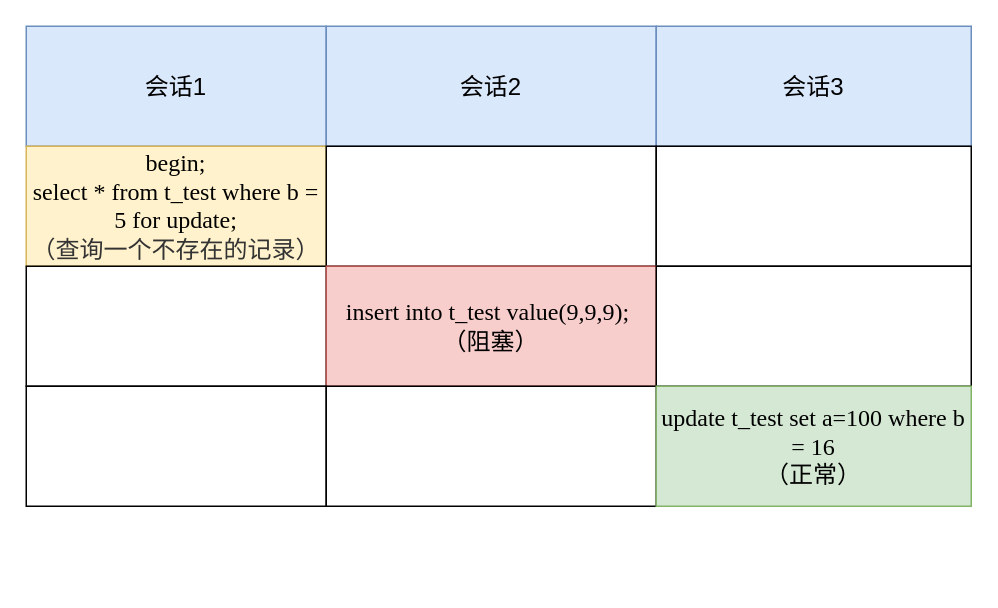
The draw.io diagram mysql/事务隔离/案例5.drawio in xiaolincoder/ImageHost4, before the edit. Source tidied: cells renumbered, new cells numbered last; positions are measured from the earlier drawing's top-left corner, leaving out a move shared by most shapes. Both pictures are drawn from the tidied source at 150%, with x=0, y=0 at pixel (26, 26).
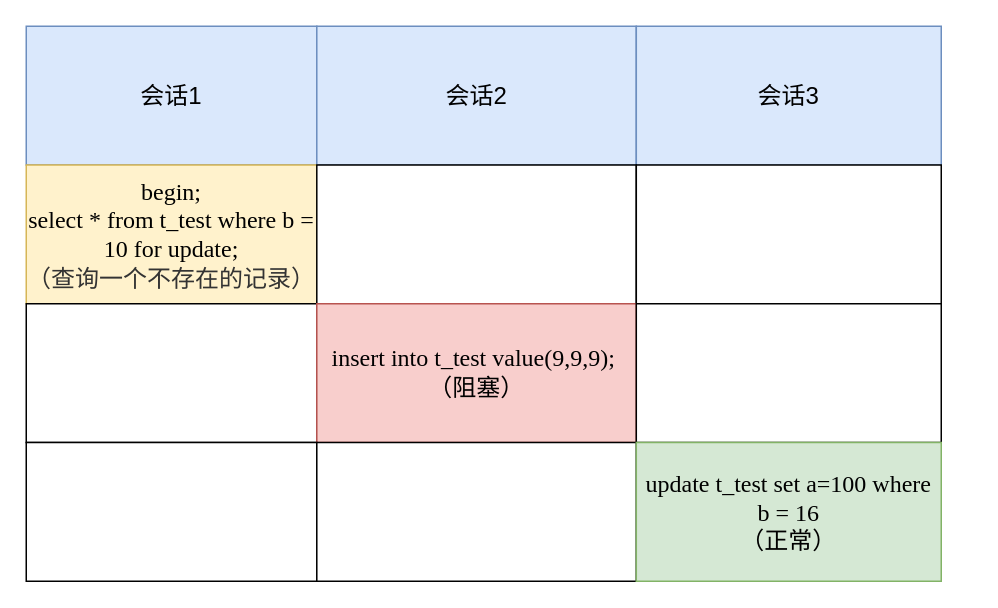
The same page after the edit.

What changed in the source:
```diff
@@
 <mxGraphModel>
   <root>
     <mxCell id="0" />
     <mxCell id="1" parent="0" />
+    <mxCell id="14" style="group;" parent="1" vertex="1">
+      <mxGeometry width="610" height="370" as="geometry" />
+    </mxCell>
-    <mxCell id="2" value="会话1" style="rounded=0;whiteSpace=wrap;html=1;fontSize=16;fillColor=#dae8fc;strokeColor=#6c8ebf;" parent="1" vertex="1">
-      <mxGeometry width="200" height="80" as="geometry" />
+    <mxCell id="2" value="会话1" style="rounded=0;whiteSpace=wrap;html=1;fontSize=16;fillColor=#dae8fc;strokeColor=#6c8ebf;" parent="14" vertex="1">
+      <mxGeometry width="193.7" height="92.5" as="geometry" />
     </mxCell>
-    <mxCell id="3" value="会话2" style="rounded=0;whiteSpace=wrap;html=1;fontSize=16;fillColor=#dae8fc;strokeColor=#6c8ebf;" parent="1" vertex="1">
-      <mxGeometry x="200" width="220" height="80" as="geometry" />
+    <mxCell id="3" value="会话2" style="rounded=0;whiteSpace=wrap;html=1;fontSize=16;fillColor=#dae8fc;strokeColor=#6c8ebf;" parent="14" vertex="1">
+      <mxGeometry x="193.7" width="213" height="92.5" as="geometry" />
     </mxCell>
-    <mxCell id="4" value="会话3" style="rounded=0;whiteSpace=wrap;html=1;fontSize=16;fillColor=#dae8fc;strokeColor=#6c8ebf;" parent="1" vertex="1">
-      <mxGeometry x="420" width="210" height="80" as="geometry" />
+    <mxCell id="4" value="会话3" style="rounded=0;whiteSpace=wrap;html=1;fontSize=16;fillColor=#dae8fc;strokeColor=#6c8ebf;" parent="14" vertex="1">
+      <mxGeometry x="406.7" width="203.3" height="92.5" as="geometry" />
     </mxCell>
-    <mxCell id="5" value="begin;&lt;br style=&quot;font-size: 16px&quot;&gt;select * from t_test where b = 5 for update;&lt;br style=&quot;font-size: 16px&quot;&gt;&lt;span style=&quot;color: rgb(51 , 51 , 51) ; font-family: &amp;#34;helvetica neue&amp;#34; , &amp;#34;helvetica&amp;#34; , &amp;#34;arial&amp;#34; , sans-serif ; font-size: 16px ; text-align: left&quot;&gt;（查询一个不存在的记录）&lt;/span&gt;" style="rounded=0;whiteSpace=wrap;html=1;fontSize=16;align=center;fontFamily=Times New Roman;fillColor=#fff2cc;strokeColor=#d6b656;" parent="1" vertex="1">
-      <mxGeometry y="80" width="200" height="80" as="geometry" />
+    <mxCell id="5" value="begin;&lt;br style=&quot;font-size: 16px&quot;&gt;select * from t_test where b = 10 for update;&lt;br style=&quot;font-size: 16px&quot;&gt;&lt;span style=&quot;color: rgb(51 , 51 , 51) ; font-family: &amp;#34;helvetica neue&amp;#34; , &amp;#34;helvetica&amp;#34; , &amp;#34;arial&amp;#34; , sans-serif ; font-size: 16px ; text-align: left&quot;&gt;（查询一个不存在的记录）&lt;/span&gt;" style="rounded=0;whiteSpace=wrap;html=1;fontSize=16;align=center;fontFamily=Times New Roman;fillColor=#fff2cc;strokeColor=#d6b656;" parent="14" vertex="1">
+      <mxGeometry y="92.5" width="193.7" height="92.5" as="geometry" />
     </mxCell>
-    <mxCell id="6" style="rounded=0;whiteSpace=wrap;html=1;fontSize=16;fontFamily=Times New Roman;" parent="1" vertex="1">
-      <mxGeometry x="200" y="80" width="220" height="80" as="geometry" />
+    <mxCell id="6" style="rounded=0;whiteSpace=wrap;html=1;fontSize=16;fontFamily=Times New Roman;" parent="14" vertex="1">
+      <mxGeometry x="193.7" y="92.5" width="213" height="92.5" as="geometry" />
     </mxCell>
-    <mxCell id="7" style="rounded=0;whiteSpace=wrap;html=1;fontSize=16;fontFamily=Times New Roman;" parent="1" vertex="1">
-      <mxGeometry x="420" y="80" width="210" height="80" as="geometry" />
+    <mxCell id="7" style="rounded=0;whiteSpace=wrap;html=1;fontSize=16;fontFamily=Times New Roman;" parent="14" vertex="1">
+      <mxGeometry x="406.7" y="92.5" width="203.3" height="92.5" as="geometry" />
     </mxCell>
-    <mxCell id="8" style="rounded=0;whiteSpace=wrap;html=1;fontSize=16;align=center;fontFamily=Times New Roman;" parent="1" vertex="1">
-      <mxGeometry y="160" width="200" height="80" as="geometry" />
+    <mxCell id="8" style="rounded=0;whiteSpace=wrap;html=1;fontSize=16;align=center;fontFamily=Times New Roman;" parent="14" vertex="1">
+      <mxGeometry y="185" width="193.7" height="92.5" as="geometry" />
     </mxCell>
-    <mxCell id="9" value="insert into t_test value(9,9,9);&amp;nbsp;&lt;br&gt;（阻塞）" style="rounded=0;whiteSpace=wrap;html=1;fontSize=16;fontFamily=Times New Roman;fillColor=#f8cecc;strokeColor=#b85450;" parent="1" vertex="1">
-      <mxGeometry x="200" y="160" width="220" height="80" as="geometry" />
+    <mxCell id="9" value="insert into t_test value(9,9,9);&amp;nbsp;&lt;br&gt;（阻塞）" style="rounded=0;whiteSpace=wrap;html=1;fontSize=16;fontFamily=Times New Roman;fillColor=#f8cecc;strokeColor=#b85450;" parent="14" vertex="1">
+      <mxGeometry x="193.7" y="185" width="213" height="92.5" as="geometry" />
     </mxCell>
-    <mxCell id="10" style="rounded=0;whiteSpace=wrap;html=1;fontSize=16;fontFamily=Times New Roman;" parent="1" vertex="1">
-      <mxGeometry x="420" y="160" width="210" height="80" as="geometry" />
+    <mxCell id="10" style="rounded=0;whiteSpace=wrap;html=1;fontSize=16;fontFamily=Times New Roman;" parent="14" vertex="1">
+      <mxGeometry x="406.7" y="185" width="203.3" height="92.5" as="geometry" />
     </mxCell>
-    <mxCell id="11" style="rounded=0;whiteSpace=wrap;html=1;fontSize=16;align=center;fontFamily=Times New Roman;" parent="1" vertex="1">
-      <mxGeometry y="240" width="200" height="80" as="geometry" />
+    <mxCell id="11" style="rounded=0;whiteSpace=wrap;html=1;fontSize=16;align=center;fontFamily=Times New Roman;" parent="14" vertex="1">
+      <mxGeometry y="277.5" width="193.7" height="92.5" as="geometry" />
     </mxCell>
-    <mxCell id="12" style="rounded=0;whiteSpace=wrap;html=1;fontSize=16;fontFamily=Times New Roman;" parent="1" vertex="1">
-      <mxGeometry x="200" y="240" width="220" height="80" as="geometry" />
+    <mxCell id="12" style="rounded=0;whiteSpace=wrap;html=1;fontSize=16;fontFamily=Times New Roman;" parent="14" vertex="1">
+      <mxGeometry x="193.7" y="277.5" width="213" height="92.5" as="geometry" />
     </mxCell>
-    <mxCell id="13" value="update t_test set a=100 where b = 16&lt;span style=&quot;font-size: 16px&quot;&gt;&lt;br style=&quot;font-size: 16px&quot;&gt;（正常）&lt;br style=&quot;font-size: 16px&quot;&gt;&lt;/span&gt;" style="rounded=0;whiteSpace=wrap;html=1;fontSize=16;fontFamily=Times New Roman;align=center;fillColor=#d5e8d4;strokeColor=#82b366;" parent="1" vertex="1">
-      <mxGeometry x="420" y="240" width="210" height="80" as="geometry" />
+    <mxCell id="13" value="update t_test set a=100 where b = 16&lt;span style=&quot;font-size: 16px&quot;&gt;&lt;br style=&quot;font-size: 16px&quot;&gt;（正常）&lt;br style=&quot;font-size: 16px&quot;&gt;&lt;/span&gt;" style="rounded=0;whiteSpace=wrap;html=1;fontSize=16;fontFamily=Times New Roman;align=center;fillColor=#d5e8d4;strokeColor=#82b366;" parent="14" vertex="1">
+      <mxGeometry x="406.7" y="277.5" width="203.3" height="92.5" as="geometry" />
     </mxCell>
   </root>
 </mxGraphModel>
```
